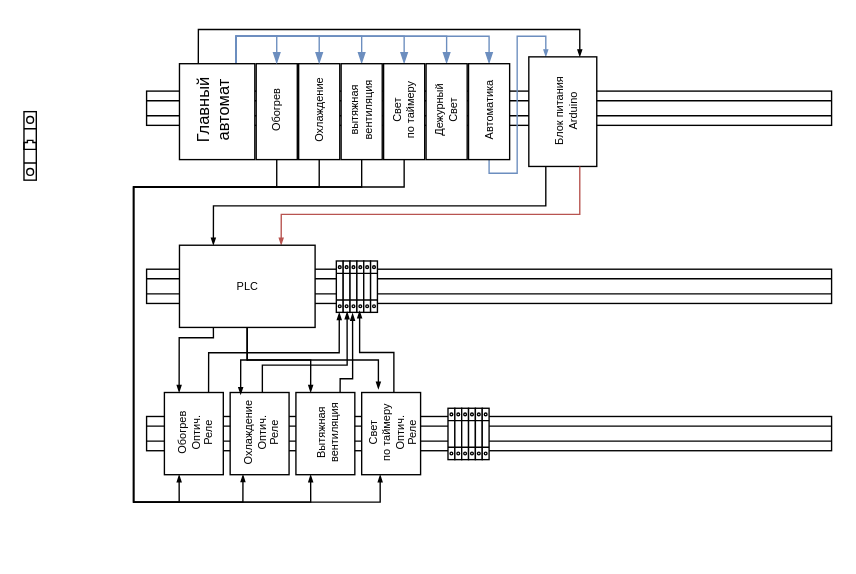
Above: Курятник.drawio in Johnystu/draw_io (draw.io), before the change. Source tidied: cells renumbered, new cells numbered last; positions are measured from the earlier drawing's top-left corner, leaving out a move shared by most shapes. Both pictures are drawn from the tidied source at 137%, with x=0, y=0 at pixel (23, 36).
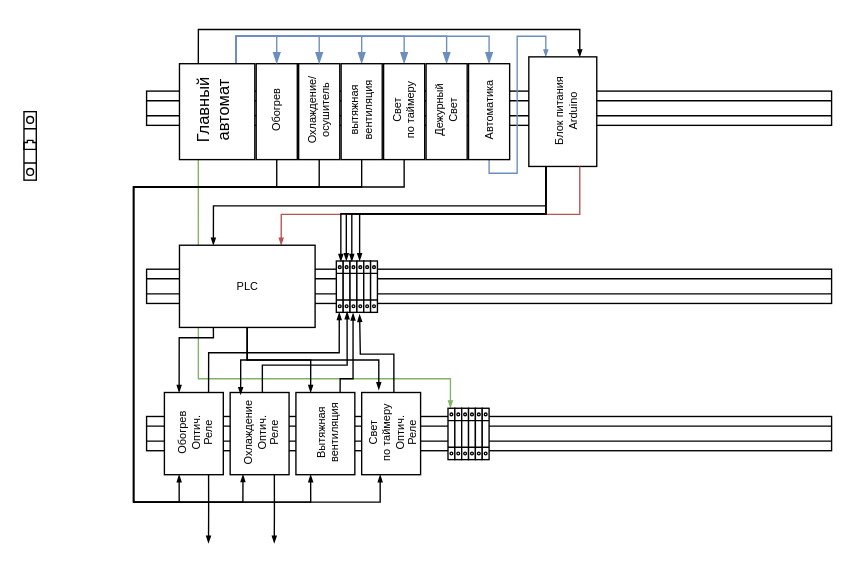
The same page after the edit.

The change refers to these unchanged cells:
```xml
<mxCell id="17" style="rounded=0;whiteSpace=wrap;html=1;" parent="1" vertex="1">
  <mxGeometry x="113.5" y="20" width="55" height="70" as="geometry" />
</mxCell>
<mxCell id="29" style="rounded=0;whiteSpace=wrap;html=1;" parent="28" vertex="1">
  <mxGeometry x="6.5" width="43" height="60" as="geometry" />
</mxCell>
<mxCell id="35" style="rounded=0;whiteSpace=wrap;html=1;" parent="34" vertex="1">
  <mxGeometry x="7.5" width="49.6" height="80" as="geometry" />
</mxCell>
<mxCell id="38" style="rounded=0;whiteSpace=wrap;html=1;" parent="37" vertex="1">
  <mxGeometry x="6.5" width="43" height="60" as="geometry" />
</mxCell>
<mxCell id="41" style="rounded=0;whiteSpace=wrap;html=1;" parent="40" vertex="1">
  <mxGeometry x="6.5" width="43" height="60" as="geometry" />
</mxCell>
<mxCell id="45" value="&lt;div&gt;Свет&lt;/div&gt;&lt;div&gt;по таймеру&lt;br&gt;&lt;/div&gt;&lt;div style=&quot;font-size: 8px&quot;&gt;&lt;font style=&quot;font-size: 8px&quot;&gt;Оптич.&lt;/font&gt;&lt;/div&gt;&lt;div style=&quot;font-size: 8px&quot;&gt;&lt;font style=&quot;font-size: 8px&quot;&gt;Реле&lt;br style=&quot;font-size: 8px&quot;&gt;&lt;/font&gt;&lt;/div&gt;" style="text;html=1;align=center;verticalAlign=middle;points=[];rotation=-90;fontSize=8;" parent="43" vertex="1">
  <mxGeometry y="5" width="60" height="50" as="geometry" />
</mxCell>
<mxCell id="53" value="PLC" style="rounded=0;whiteSpace=wrap;html=1;fontSize=8;" parent="1" vertex="1">
  <mxGeometry x="113.5" y="152.5" width="99" height="60" as="geometry" />
</mxCell>
<mxCell id="54" style="verticalLabelPosition=bottom;dashed=0;shadow=0;html=1;align=center;verticalAlign=top;shape=mxgraph.cabinets.terminal_6_25mm2;fontSize=8;" parent="1" vertex="1">
  <mxGeometry x="228" y="164" width="5" height="37.5" as="geometry" />
</mxCell>
<mxCell id="56" style="verticalLabelPosition=bottom;dashed=0;shadow=0;html=1;align=center;verticalAlign=top;shape=mxgraph.cabinets.terminal_6_25mm2;fontSize=8;" parent="1" vertex="1">
  <mxGeometry x="233" y="164" width="5" height="37.5" as="geometry" />
</mxCell>
<mxCell id="57" style="verticalLabelPosition=bottom;dashed=0;shadow=0;html=1;align=center;verticalAlign=top;shape=mxgraph.cabinets.terminal_6_25mm2;fontSize=8;" parent="1" vertex="1">
  <mxGeometry x="238" y="164" width="5" height="37.5" as="geometry" />
</mxCell>
<mxCell id="58" style="verticalLabelPosition=bottom;dashed=0;shadow=0;html=1;align=center;verticalAlign=top;shape=mxgraph.cabinets.terminal_6_25mm2;fontSize=8;" parent="1" vertex="1">
  <mxGeometry x="243" y="164" width="5" height="37.5" as="geometry" />
</mxCell>
<mxCell id="64" style="verticalLabelPosition=bottom;dashed=0;shadow=0;html=1;align=center;verticalAlign=top;shape=mxgraph.cabinets.terminal_6_25mm2;fontSize=8;" parent="1" vertex="1">
  <mxGeometry x="309.5" y="271.5" width="5" height="37.5" as="geometry" />
</mxCell>
```

What changed in the source:
```diff
@@
-    <mxCell id="8" value="Охлаждение" style="text;html=1;align=center;verticalAlign=middle;rotation=-90;fontSize=8;" parent="1" vertex="1">
-      <mxGeometry x="185.5" y="45" width="60" height="20" as="geometry" />
+    <mxCell id="8" value="&lt;div&gt;Охлаждение/&lt;/div&gt;&lt;div&gt;осушитель&lt;br&gt;&lt;/div&gt;" style="text;html=1;align=center;verticalAlign=middle;rotation=-90;fontSize=8;" parent="1" vertex="1">
+      <mxGeometry x="180.5" y="40" width="70" height="30" as="geometry" />
     </mxCell>
@@
+    <mxCell id="70" style="edgeStyle=orthogonalEdgeStyle;rounded=0;jumpSize=3;jettySize=auto;html=1;exitX=0.25;exitY=0;exitDx=0;exitDy=0;entryX=0.357;entryY=-0.006;entryDx=0;entryDy=0;entryPerimeter=0;startSize=3;endArrow=blockThin;endFill=1;endSize=3;fontSize=8;fillColor=#d5e8d4;strokeColor=#82b366;" parent="1" edge="1" source="17" target="64">
+      <mxGeometry relative="1" as="geometry">
+        <Array as="points">
+          <mxPoint x="127" y="250" />
+          <mxPoint x="311" y="250" />
+        </Array>
+      </mxGeometry>
+    </mxCell>
@@
-    <mxCell id="52" style="edgeStyle=orthogonalEdgeStyle;rounded=0;jumpSize=3;jettySize=auto;html=1;exitX=0.5;exitY=1;exitDx=0;exitDy=0;entryX=1.04;entryY=0.274;entryDx=0;entryDy=0;entryPerimeter=0;startSize=3;endArrow=blockThin;endFill=1;endSize=3;fontSize=8;" parent="1" edge="1" source="53" target="45">
+    <mxCell id="52" style="edgeStyle=orthogonalEdgeStyle;rounded=0;jumpSize=3;jettySize=auto;html=1;exitX=0.5;exitY=1;exitDx=0;exitDy=0;entryX=1.033;entryY=0.28;entryDx=0;entryDy=0;entryPerimeter=0;startSize=3;endArrow=blockThin;endFill=1;endSize=3;fontSize=8;" parent="1" edge="1" source="53" target="45">
       <mxGeometry relative="1" as="geometry" />
     </mxCell>
@@
-    <mxCell id="62" style="edgeStyle=orthogonalEdgeStyle;rounded=0;jumpSize=3;jettySize=auto;html=1;exitX=0.75;exitY=0;exitDx=0;exitDy=0;entryX=0.371;entryY=1.017;entryDx=0;entryDy=0;entryPerimeter=0;startSize=3;endArrow=blockThin;endFill=1;endSize=3;fontSize=8;" parent="1" edge="1" source="41" target="57">
+    <mxCell id="62" style="edgeStyle=orthogonalEdgeStyle;rounded=0;jumpSize=3;jettySize=auto;html=1;exitX=0.75;exitY=0;exitDx=0;exitDy=0;startSize=3;endArrow=blockThin;endFill=1;endSize=3;fontSize=8;entryX=0.44;entryY=1.013;entryDx=0;entryDy=0;entryPerimeter=0;" parent="1" edge="1" source="41" target="57">
       <mxGeometry relative="1" as="geometry">
         <Array as="points">
           <mxPoint x="231" y="250" />
           <mxPoint x="240" y="250" />
         </Array>
       </mxGeometry>
     </mxCell>
-    <mxCell id="63" style="edgeStyle=orthogonalEdgeStyle;rounded=0;jumpSize=3;jettySize=auto;html=1;entryX=0.4;entryY=0.971;entryDx=0;entryDy=0;entryPerimeter=0;startSize=3;endArrow=blockThin;endFill=1;endSize=3;fontSize=8;" parent="1" edge="1" source="45" target="58">
-      <mxGeometry relative="1" as="geometry" />
+    <mxCell id="63" style="edgeStyle=orthogonalEdgeStyle;rounded=0;jumpSize=3;jettySize=auto;html=1;startSize=3;endArrow=blockThin;endFill=1;endSize=3;fontSize=8;" parent="1" edge="1" source="45">
+      <mxGeometry relative="1" as="geometry">
+        <mxPoint x="245" y="203" as="targetPoint" />
+      </mxGeometry>
     </mxCell>
@@
+    <mxCell id="71" style="edgeStyle=orthogonalEdgeStyle;rounded=0;jumpSize=3;jettySize=auto;html=1;exitX=0.25;exitY=1;exitDx=0;exitDy=0;entryX=0.657;entryY=0.011;entryDx=0;entryDy=0;entryPerimeter=0;startSize=3;endArrow=blockThin;endFill=1;endSize=3;fontSize=8;" parent="1" edge="1" source="35" target="54">
+      <mxGeometry relative="1" as="geometry" />
+    </mxCell>
+    <mxCell id="72" style="edgeStyle=orthogonalEdgeStyle;rounded=0;jumpSize=3;jettySize=auto;html=1;exitX=0.25;exitY=1;exitDx=0;exitDy=0;entryX=0.457;entryY=-0.004;entryDx=0;entryDy=0;entryPerimeter=0;startSize=3;endArrow=blockThin;endFill=1;endSize=3;fontSize=8;" parent="1" edge="1" source="35" target="56">
+      <mxGeometry relative="1" as="geometry" />
+    </mxCell>
+    <mxCell id="73" style="edgeStyle=orthogonalEdgeStyle;rounded=0;jumpSize=3;jettySize=auto;html=1;exitX=0.25;exitY=1;exitDx=0;exitDy=0;entryX=0.257;entryY=0.011;entryDx=0;entryDy=0;entryPerimeter=0;startSize=3;endArrow=blockThin;endFill=1;endSize=3;fontSize=8;" parent="1" edge="1" source="35" target="57">
+      <mxGeometry relative="1" as="geometry" />
+    </mxCell>
+    <mxCell id="74" style="edgeStyle=orthogonalEdgeStyle;rounded=0;jumpSize=3;jettySize=auto;html=1;exitX=0.25;exitY=1;exitDx=0;exitDy=0;entryX=0.4;entryY=-0.004;entryDx=0;entryDy=0;entryPerimeter=0;startSize=3;endArrow=blockThin;endFill=1;endSize=3;fontSize=8;" parent="1" edge="1" source="35" target="58">
+      <mxGeometry relative="1" as="geometry" />
+    </mxCell>
+    <mxCell id="75" style="edgeStyle=orthogonalEdgeStyle;rounded=0;jumpSize=3;jettySize=auto;html=1;exitX=0.75;exitY=1;exitDx=0;exitDy=0;startSize=3;endArrow=blockThin;endFill=1;endSize=3;fontSize=8;" parent="1" edge="1" source="29">
+      <mxGeometry relative="1" as="geometry">
+        <mxPoint x="134.7" y="370" as="targetPoint" />
+      </mxGeometry>
+    </mxCell>
+    <mxCell id="76" style="edgeStyle=orthogonalEdgeStyle;rounded=0;jumpSize=3;jettySize=auto;html=1;exitX=0.75;exitY=1;exitDx=0;exitDy=0;startSize=3;endArrow=blockThin;endFill=1;endSize=3;fontSize=8;" parent="1" edge="1" source="38">
+      <mxGeometry relative="1" as="geometry">
+        <mxPoint x="182.7" y="370" as="targetPoint" />
+      </mxGeometry>
+    </mxCell>
```
